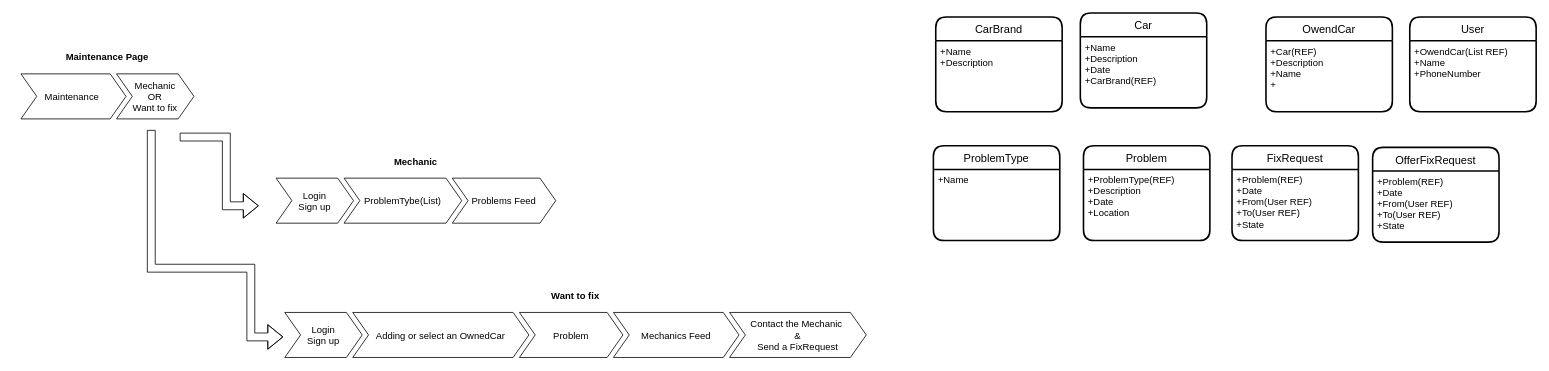
The draw.io diagram page "Overview" (1 of 6) of Diagram/Prototype v0.1/MetainenceInterfaceDiagram.drawio in omarwasfi/CM, before the edit. Source tidied: cells renumbered, new cells numbered last; positions are measured from the earlier drawing's top-left corner, leaving out a move shared by most shapes. Both pictures are drawn from the tidied source at 79%, with x=0, y=0 at pixel (13, 13).
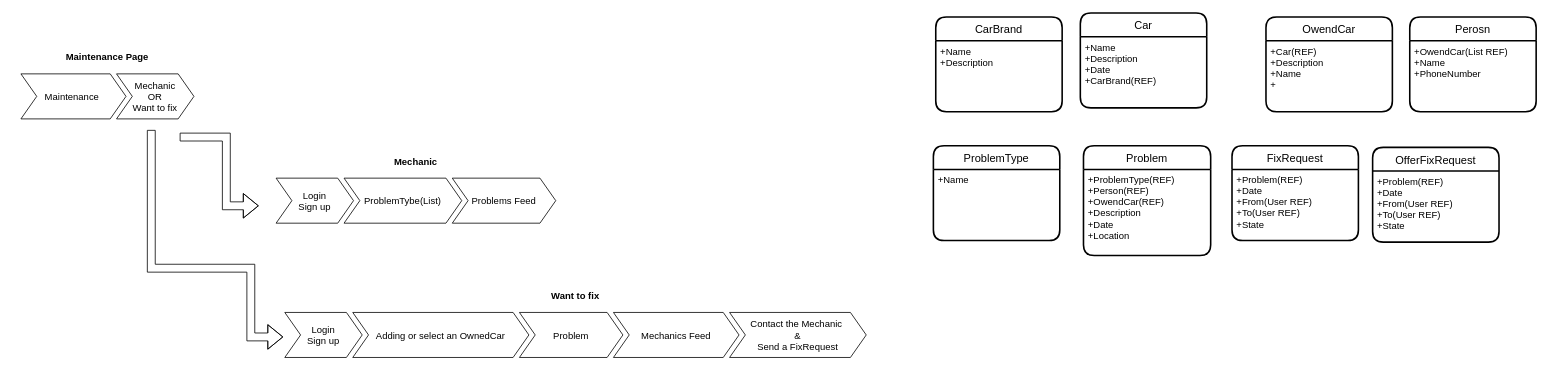
Above is the later version.

Diff of the diagram source:
```diff
@@
-    <mxCell id="19" value="User" style="swimlane;horizontal=1;startSize=30;rounded=1;fontSize=14;fontStyle=0;strokeWidth=2;shadow=0;dashed=0;align=center;" parent="1" vertex="1">
+    <mxCell id="19" value="Perosn" style="swimlane;horizontal=1;startSize=30;rounded=1;fontSize=14;fontStyle=0;strokeWidth=2;shadow=0;dashed=0;align=center;" parent="1" vertex="1">
       <mxGeometry x="1768" y="5" width="160" height="120" as="geometry" />
     </mxCell>
@@
     <mxCell id="25" value="Problem" style="swimlane;horizontal=1;startSize=30;rounded=1;fontSize=14;fontStyle=0;strokeWidth=2;shadow=0;dashed=0;align=center;" parent="1" vertex="1">
-      <mxGeometry x="1355" y="168" width="160" height="120" as="geometry" />
+      <mxGeometry x="1355" y="168" width="161" height="139" as="geometry" />
     </mxCell>
-    <mxCell id="26" value="+ProblemType(REF)&#10;+Description&#10;+Date&#10;+Location&#10;" style="align=left;strokeColor=none;fillColor=none;spacingLeft=4;fontSize=12;verticalAlign=top;" parent="25" vertex="1">
-      <mxGeometry y="30" width="160" height="90" as="geometry" />
+    <mxCell id="26" value="+ProblemType(REF)&#10;+Person(REF)&#10;+OwendCar(REF)&#10;+Description&#10;+Date&#10;+Location&#10;&#10;" style="align=left;strokeColor=none;fillColor=none;spacingLeft=4;fontSize=12;verticalAlign=top;" parent="25" vertex="1">
+      <mxGeometry y="30" width="161" height="109" as="geometry" />
     </mxCell>
```
